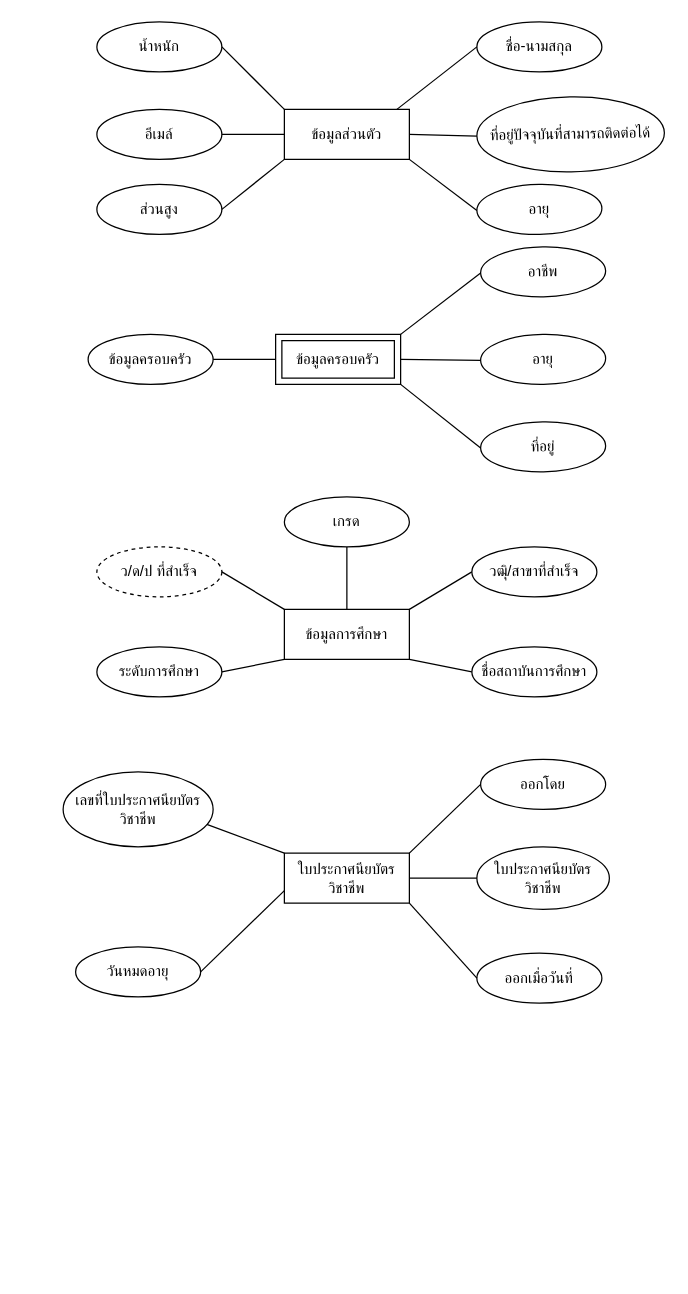
This is YZ.drawio from Exises/RandomSalt, a draw.io file, before an edit. Source tidied: cells renumbered, new cells numbered last; positions are measured from the earlier drawing's top-left corner, leaving out a move shared by most shapes. Both pictures are drawn from the tidied source at 125%, with x=0, y=0 at pixel (62, 21).
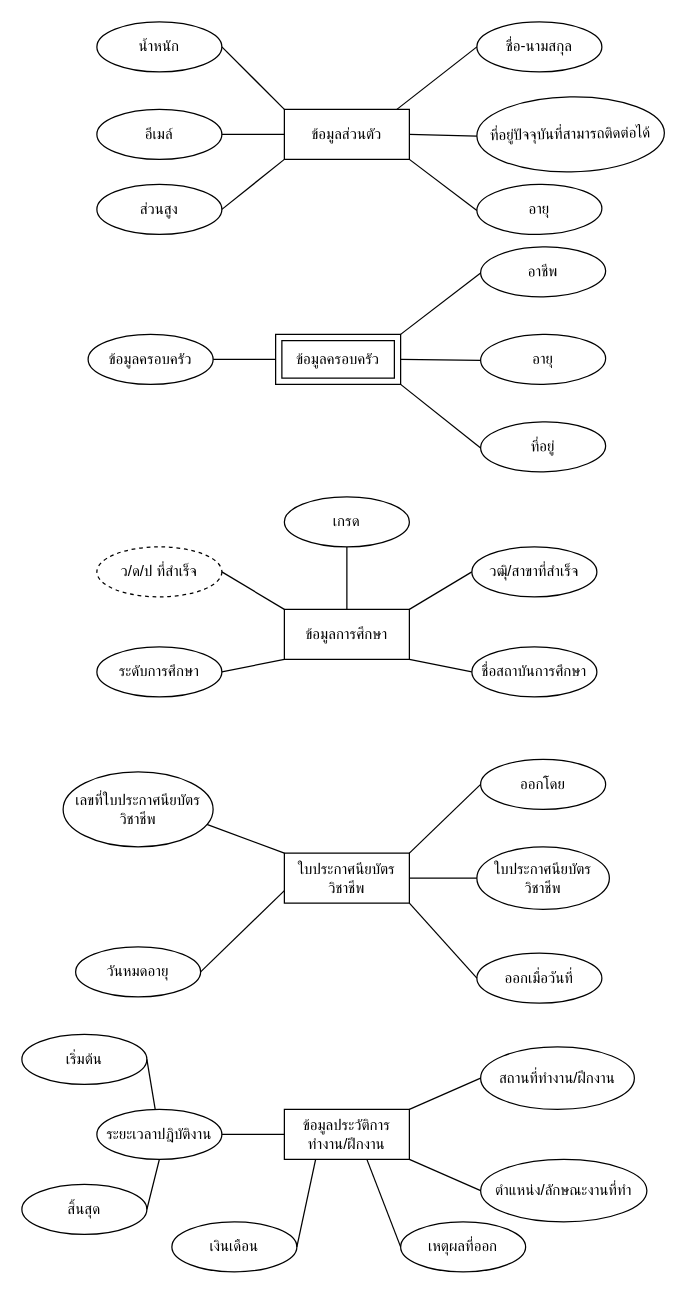
The same diagram, later.

Change to the diagram source:
```diff
@@
+    <mxCell id="46" value="ข้อมูลประวัติการทำงาน/ฝึกงาน" style="whiteSpace=wrap;html=1;align=center;" parent="1" vertex="1">
+      <mxGeometry x="177" y="870" width="100" height="40" as="geometry" />
+    </mxCell>
+    <mxCell id="47" value="สถานที่ทำงาน/ฝึกงาน" style="ellipse;whiteSpace=wrap;html=1;align=center;" parent="1" vertex="1">
+      <mxGeometry x="334" y="820" width="123" height="50" as="geometry" />
+    </mxCell>
+    <mxCell id="48" value="ตำแหน่ง/ลักษณะงานที่ทำ" style="ellipse;whiteSpace=wrap;html=1;align=center;" parent="1" vertex="1">
+      <mxGeometry x="334" y="910" width="133" height="50" as="geometry" />
+    </mxCell>
+    <mxCell id="49" value="ระยะเวลาปฎิบัติงาน" style="ellipse;whiteSpace=wrap;html=1;align=center;" parent="1" vertex="1">
+      <mxGeometry x="27" y="870" width="100" height="40" as="geometry" />
+    </mxCell>
+    <mxCell id="50" style="endArrow=none;html=1;rounded=0;exitX=1;exitY=0.5;exitDx=0;exitDy=0;entryX=0;entryY=0.5;entryDx=0;entryDy=0;" parent="1" edge="1" source="49" target="46">
+      <mxGeometry relative="1" as="geometry" />
+    </mxCell>
+    <mxCell id="51" style="endArrow=none;html=1;rounded=0;entryX=0;entryY=0.5;entryDx=0;entryDy=0;exitX=1;exitY=0;exitDx=0;exitDy=0;" parent="1" edge="1" source="46" target="47">
+      <mxGeometry relative="1" as="geometry" />
+    </mxCell>
+    <mxCell id="52" style="endArrow=none;html=1;rounded=0;entryX=0;entryY=0.5;entryDx=0;entryDy=0;exitX=1;exitY=1;exitDx=0;exitDy=0;" parent="1" edge="1" source="46" target="48">
+      <mxGeometry relative="1" as="geometry" />
+    </mxCell>
+    <mxCell id="53" value="เริ่มต้น" style="ellipse;whiteSpace=wrap;html=1;align=center;" parent="1" vertex="1">
+      <mxGeometry x="-33" y="810" width="100" height="40" as="geometry" />
+    </mxCell>
+    <mxCell id="54" value="สิ้นสุด" style="ellipse;whiteSpace=wrap;html=1;align=center;" parent="1" vertex="1">
+      <mxGeometry x="-33" y="930" width="100" height="40" as="geometry" />
+    </mxCell>
+    <mxCell id="55" style="endArrow=none;html=1;rounded=0;exitX=1;exitY=0.5;exitDx=0;exitDy=0;entryX=0.5;entryY=1;entryDx=0;entryDy=0;" parent="1" edge="1" source="54" target="49">
+      <mxGeometry relative="1" as="geometry" />
+    </mxCell>
+    <mxCell id="56" style="endArrow=none;html=1;rounded=0;exitX=1;exitY=0.5;exitDx=0;exitDy=0;" parent="1" edge="1" source="53" target="49">
+      <mxGeometry relative="1" as="geometry" />
+    </mxCell>
+    <mxCell id="57" value="เงินเดือน" style="ellipse;whiteSpace=wrap;html=1;align=center;" parent="1" vertex="1">
+      <mxGeometry x="87" y="960" width="100" height="40" as="geometry" />
+    </mxCell>
+    <mxCell id="58" value="เหตุผลที่ออก" style="ellipse;whiteSpace=wrap;html=1;align=center;" parent="1" vertex="1">
+      <mxGeometry x="270" y="960" width="100" height="40" as="geometry" />
+    </mxCell>
+    <mxCell id="59" style="endArrow=none;html=1;rounded=0;exitX=1;exitY=0.5;exitDx=0;exitDy=0;entryX=0.25;entryY=1;entryDx=0;entryDy=0;" parent="1" edge="1" source="57" target="46">
+      <mxGeometry relative="1" as="geometry" />
+    </mxCell>
+    <mxCell id="60" style="endArrow=none;html=1;rounded=0;entryX=0;entryY=0.5;entryDx=0;entryDy=0;" parent="1" edge="1" target="58">
+      <mxGeometry relative="1" as="geometry">
+        <mxPoint x="243" y="910" as="sourcePoint" />
+      </mxGeometry>
+    </mxCell>
```
